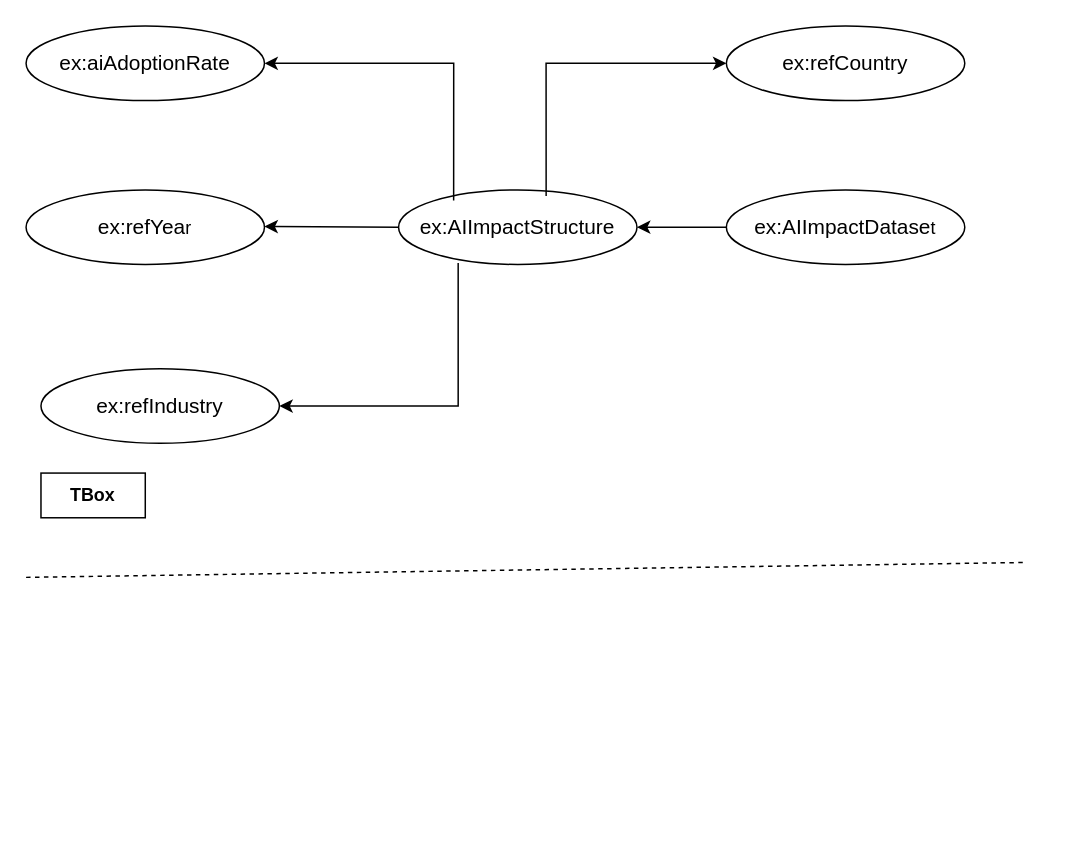
Above: kg.drawio in EkraBD/MyRep2 (draw.io), before the change. Source tidied: cells renumbered, new cells numbered last; positions are measured from the earlier drawing's top-left corner, leaving out a move shared by most shapes. Both pictures are drawn from the tidied source at 149%, with x=0, y=0 at pixel (25, 25).
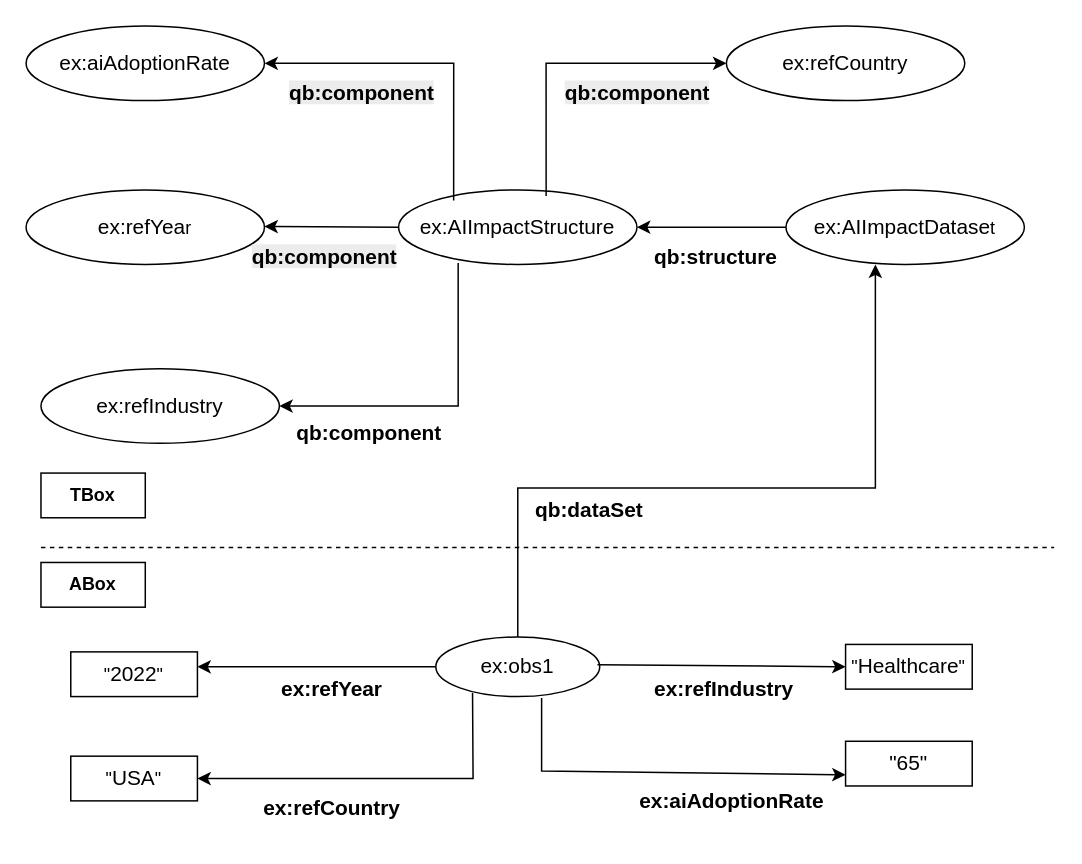
Above is the later version.

What changed in the source:
```diff
@@
     <mxCell id="2" value="&lt;font style=&quot;font-size: 14px;&quot;&gt;ex:AIImpactDatase&lt;/font&gt;t" style="ellipse;whiteSpace=wrap;html=1;" parent="1" vertex="1">
-      <mxGeometry x="470" y="110" width="160" height="50" as="geometry" />
+      <mxGeometry x="510" y="110" width="160" height="50" as="geometry" />
     </mxCell>
@@
     <mxCell id="14" style="endArrow=none;dashed=1;html=1;rounded=0;fillColor=#FF0000;" parent="1" edge="1">
       <mxGeometry relative="1" as="geometry">
-        <mxPoint y="370" as="sourcePoint" />
-        <mxPoint x="670" y="360" as="targetPoint" />
+        <mxPoint x="10" y="350" as="sourcePoint" />
+        <mxPoint x="690" y="350" as="targetPoint" />
+        <Array as="points">
+          <mxPoint x="350" y="350" />
+        </Array>
       </mxGeometry>
     </mxCell>
+    <mxCell id="15" value="&lt;font style=&quot;font-size: 14px;&quot;&gt;&lt;b&gt;qb:component&lt;/b&gt;&lt;/font&gt;" style="text;html=1;align=center;verticalAlign=middle;strokeColor=none;fillColor=none;" parent="1" vertex="1">
+      <mxGeometry x="170" y="258" width="120" height="30" as="geometry" />
+    </mxCell>
+    <mxCell id="16" value="&lt;b&gt;ABox&lt;/b&gt;" style="rounded=0;whiteSpace=wrap;html=1;" parent="1" vertex="1">
+      <mxGeometry x="10" y="360" width="70" height="30" as="geometry" />
+    </mxCell>
+    <mxCell id="17" value="&lt;span style=&quot;color: rgb(0, 0, 0); font-family: Helvetica; font-size: 14px; font-style: normal; font-variant-ligatures: normal; font-variant-caps: normal; letter-spacing: normal; orphans: 2; text-align: center; text-indent: 0px; text-transform: none; widows: 2; word-spacing: 0px; -webkit-text-stroke-width: 0px; white-space: nowrap; background-color: rgb(236, 236, 236); text-decoration-thickness: initial; text-decoration-style: initial; text-decoration-color: initial; float: none; display: inline !important;&quot;&gt;&lt;b&gt;qb:component&lt;/b&gt;&lt;/span&gt;" style="text;whiteSpace=wrap;html=1;" parent="1" vertex="1">
+      <mxGeometry x="150" y="140" width="120" height="40" as="geometry" />
+    </mxCell>
+    <mxCell id="18" value="&lt;span style=&quot;color: rgb(0, 0, 0); font-family: Helvetica; font-size: 14px; font-style: normal; font-variant-ligatures: normal; font-variant-caps: normal; letter-spacing: normal; orphans: 2; text-align: center; text-indent: 0px; text-transform: none; widows: 2; word-spacing: 0px; -webkit-text-stroke-width: 0px; white-space: nowrap; background-color: rgb(236, 236, 236); text-decoration-thickness: initial; text-decoration-style: initial; text-decoration-color: initial; float: none; display: inline !important;&quot;&gt;&lt;b&gt;qb:component&lt;/b&gt;&lt;/span&gt;" style="text;whiteSpace=wrap;html=1;" parent="1" vertex="1">
+      <mxGeometry x="175" y="30" width="120" height="40" as="geometry" />
+    </mxCell>
+    <mxCell id="19" value="&lt;span style=&quot;color: rgb(0, 0, 0); font-family: Helvetica; font-size: 14px; font-style: normal; font-variant-ligatures: normal; font-variant-caps: normal; letter-spacing: normal; orphans: 2; text-align: center; text-indent: 0px; text-transform: none; widows: 2; word-spacing: 0px; -webkit-text-stroke-width: 0px; white-space: nowrap; background-color: rgb(236, 236, 236); text-decoration-thickness: initial; text-decoration-style: initial; text-decoration-color: initial; float: none; display: inline !important;&quot;&gt;&lt;b&gt;qb:component&lt;/b&gt;&lt;/span&gt;" style="text;whiteSpace=wrap;html=1;" parent="1" vertex="1">
+      <mxGeometry x="360" y="30" width="120" height="40" as="geometry" />
+    </mxCell>
+    <mxCell id="20" value="&lt;font style=&quot;font-size: 14px;&quot;&gt;&lt;b&gt;qb:structure&lt;/b&gt;&lt;/font&gt;" style="text;whiteSpace=wrap;html=1;" parent="1" vertex="1">
+      <mxGeometry x="420" y="140" width="100" height="40" as="geometry" />
+    </mxCell>
+    <mxCell id="21" value="&lt;font style=&quot;font-size: 14px;&quot;&gt;ex:obs1&lt;/font&gt;" style="ellipse;whiteSpace=wrap;html=1;" parent="1" vertex="1">
+      <mxGeometry x="275" y="410" width="110" height="40" as="geometry" />
+    </mxCell>
+    <mxCell id="22" value="&quot;&lt;font style=&quot;font-size: 14px;&quot;&gt;2022&lt;/font&gt;&quot;" style="rounded=0;whiteSpace=wrap;html=1;" parent="1" vertex="1">
+      <mxGeometry x="30" y="420" width="85" height="30" as="geometry" />
+    </mxCell>
+    <mxCell id="23" value="&quot;&lt;font style=&quot;font-size: 14px;&quot;&gt;Healthcare&lt;/font&gt;&quot;" style="rounded=0;whiteSpace=wrap;html=1;" parent="1" vertex="1">
+      <mxGeometry x="550" y="415" width="85" height="30" as="geometry" />
+    </mxCell>
+    <mxCell id="24" value="&quot;&lt;font style=&quot;font-size: 14px;&quot;&gt;USA&lt;/font&gt;&quot;" style="rounded=0;whiteSpace=wrap;html=1;" parent="1" vertex="1">
+      <mxGeometry x="30" y="490" width="85" height="30" as="geometry" />
+    </mxCell>
+    <mxCell id="25" value="&lt;font style=&quot;font-size: 14px;&quot;&gt;&quot;65&quot;&lt;/font&gt;" style="rounded=0;whiteSpace=wrap;html=1;" parent="1" vertex="1">
+      <mxGeometry x="550" y="480" width="85" height="30" as="geometry" />
+    </mxCell>
+    <mxCell id="26" style="endArrow=classic;html=1;rounded=0;entryX=0.375;entryY=1;entryDx=0;entryDy=0;entryPerimeter=0;exitX=0.5;exitY=0;exitDx=0;exitDy=0;" parent="1" edge="1" source="21" target="2">
+      <mxGeometry relative="1" as="geometry">
+        <Array as="points">
+          <mxPoint x="330" y="310" />
+          <mxPoint x="570" y="310" />
+        </Array>
+      </mxGeometry>
+    </mxCell>
+    <mxCell id="27" style="endArrow=classic;html=1;rounded=0;exitX=0;exitY=0.5;exitDx=0;exitDy=0;" parent="1" edge="1" source="21">
+      <mxGeometry relative="1" as="geometry">
+        <mxPoint x="115" y="430" as="targetPoint" />
+      </mxGeometry>
+    </mxCell>
+    <mxCell id="28" style="endArrow=classic;html=1;rounded=0;entryX=1;entryY=0.5;entryDx=0;entryDy=0;exitX=0.224;exitY=0.939;exitDx=0;exitDy=0;exitPerimeter=0;" parent="1" edge="1" source="21" target="24">
+      <mxGeometry relative="1" as="geometry">
+        <Array as="points">
+          <mxPoint x="300" y="505" />
+        </Array>
+      </mxGeometry>
+    </mxCell>
+    <mxCell id="29" style="endArrow=classic;html=1;rounded=0;entryX=0;entryY=0.5;entryDx=0;entryDy=0;exitX=0.986;exitY=0.306;exitDx=0;exitDy=0;exitPerimeter=0;" parent="1" edge="1" target="23">
+      <mxGeometry relative="1" as="geometry">
+        <mxPoint x="383.5" y="428.6" as="sourcePoint" />
+      </mxGeometry>
+    </mxCell>
+    <mxCell id="30" style="endArrow=classic;html=1;rounded=0;entryX=0;entryY=0.75;entryDx=0;entryDy=0;" parent="1" edge="1" target="25">
+      <mxGeometry relative="1" as="geometry">
+        <mxPoint x="346" y="451" as="sourcePoint" />
+        <Array as="points">
+          <mxPoint x="346" y="500" />
+        </Array>
+      </mxGeometry>
+    </mxCell>
+    <mxCell id="31" value="&lt;b&gt;&lt;font style=&quot;font-size: 14px;&quot;&gt;ex:refYear&lt;/font&gt;&lt;/b&gt;" style="text;html=1;align=center;verticalAlign=middle;strokeColor=none;fillColor=none;" parent="1" vertex="1">
+      <mxGeometry x="160" y="430" width="90" height="30" as="geometry" />
+    </mxCell>
+    <mxCell id="32" value="&lt;b&gt;&lt;font style=&quot;font-size: 14px;&quot;&gt;ex:refCountry&lt;/font&gt;&lt;/b&gt;" style="text;html=1;align=center;verticalAlign=middle;strokeColor=none;fillColor=none;" parent="1" vertex="1">
+      <mxGeometry x="145" y="510" width="120" height="30" as="geometry" />
+    </mxCell>
+    <mxCell id="33" value="&lt;b&gt;&lt;font style=&quot;font-size: 14px;&quot;&gt;ex:refIndustry&lt;/font&gt;&lt;/b&gt;" style="text;whiteSpace=wrap;html=1;" parent="1" vertex="1">
+      <mxGeometry x="420" y="430" width="110" height="40" as="geometry" />
+    </mxCell>
+    <mxCell id="34" value="&lt;b&gt;&lt;font style=&quot;font-size: 14px;&quot;&gt;ex:aiAdoptionRate&lt;/font&gt;&lt;/b&gt;" style="text;whiteSpace=wrap;html=1;" parent="1" vertex="1">
+      <mxGeometry x="410" y="505" width="130" height="40" as="geometry" />
+    </mxCell>
+    <mxCell id="35" value="&lt;b&gt;&lt;font style=&quot;font-size: 14px;&quot;&gt;qb:dataSet&lt;/font&gt;&lt;/b&gt;" style="text;whiteSpace=wrap;html=1;" parent="1" vertex="1">
+      <mxGeometry x="340" y="310" width="90" height="40" as="geometry" />
+    </mxCell>
```
